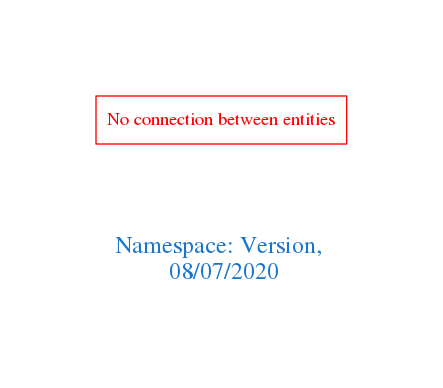
The Graphviz diagram downloads/Version.png in arago/OGIT, before a commit. Its source is kept beside it as downloads/Version.dot.
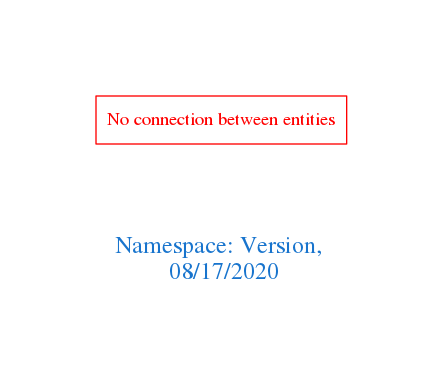
Above is the later version.

Change to the diagram source:
```diff
@@ -1,7 +1,7 @@
 digraph OGIT_ontology {
  graph [ rankdir= LR,pad=1
 fontsize = 18,
-fontcolor= dodgerblue3,label = "\n\n\nNamespace: Version, \n 08/07/2020"];
+fontcolor= dodgerblue3,label = "\n\n\nNamespace: Version, \n 08/17/2020"];
 node[shape=polygon];
 edge [  color="gray81"];
 
```
